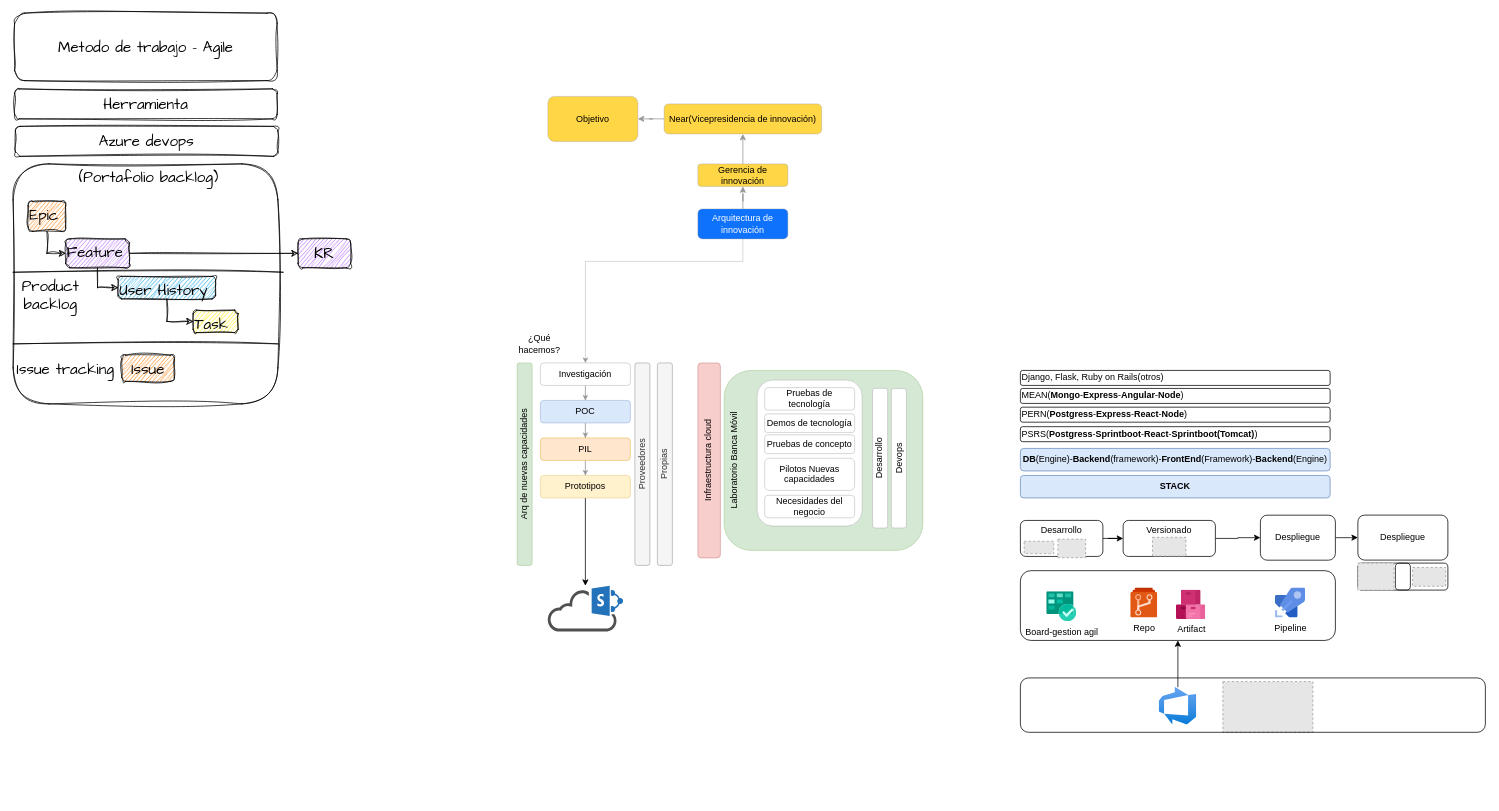
santiagovb/Diagramas keeps this draw.io diagram as page "Objetivo" (1 of 9) of Arquitectura de nuevas capacidades.drawio. Above is the earlier version. Source tidied: cells renumbered, new cells numbered last; positions are measured from the earlier drawing's top-left corner, leaving out a move shared by most shapes. Both pictures are drawn from the tidied source at 75%, with x=0, y=0 at pixel (13, 13). Pictures stored in the file or linked from it are replaced by grey dashed boxes.
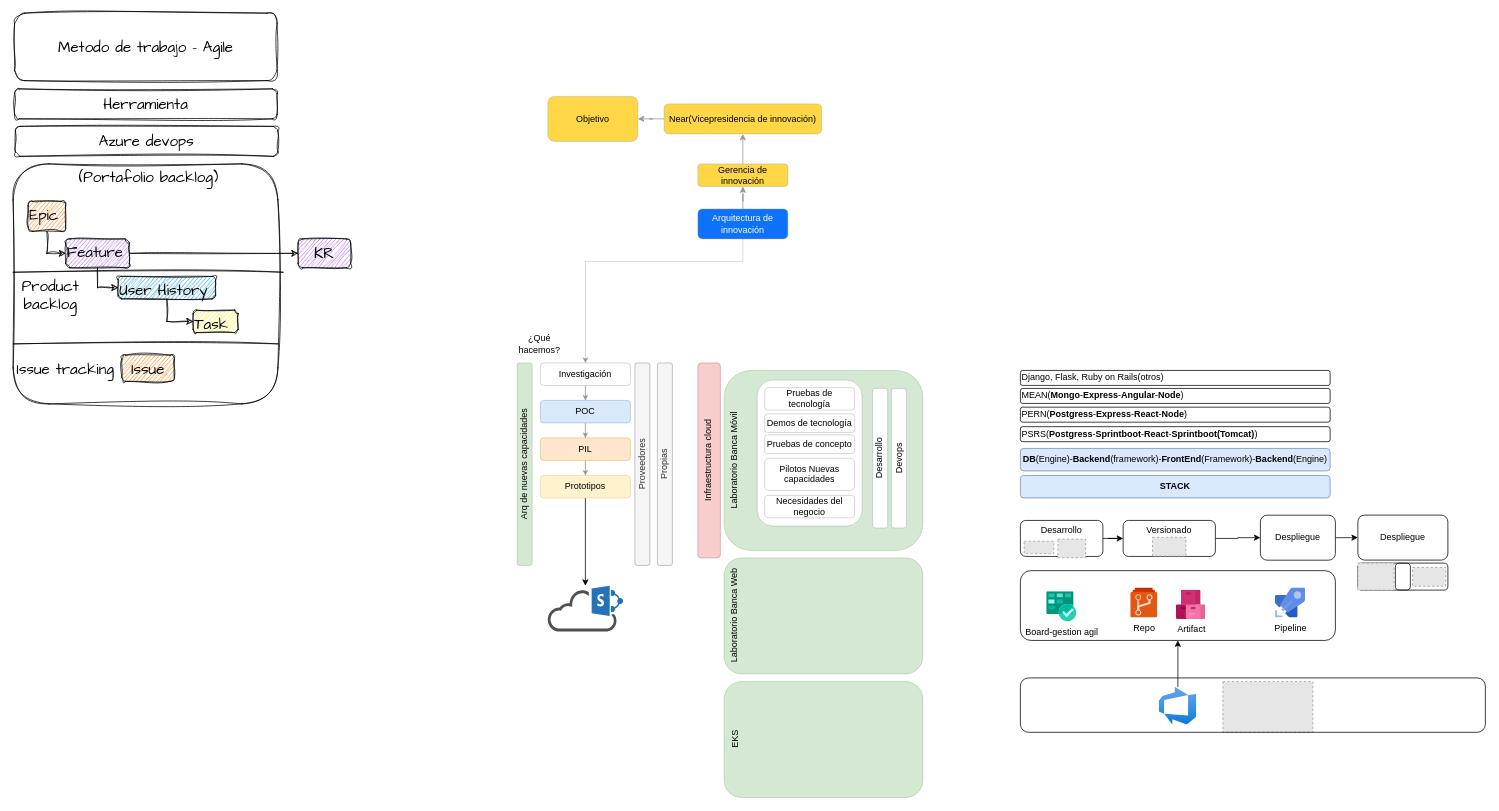
The same diagram, later.

Diff of the diagram source:
```diff
@@
+    <mxCell id="80" value="Laboratorio Banca Web" style="whiteSpace=wrap;html=1;rounded=1;strokeColor=#82b366;strokeWidth=0.5;fillColor=#d5e8d4;verticalAlign=top;horizontal=0;" parent="1" vertex="1">
+      <mxGeometry x="948" y="726.4" width="265" height="154.6" as="geometry" />
+    </mxCell>
+    <mxCell id="81" value="EKS" style="whiteSpace=wrap;html=1;rounded=1;strokeColor=#82b366;strokeWidth=0.5;fillColor=#d5e8d4;verticalAlign=top;horizontal=0;" parent="1" vertex="1">
+      <mxGeometry x="948" y="891.3" width="265" height="154.6" as="geometry" />
+    </mxCell>
```
